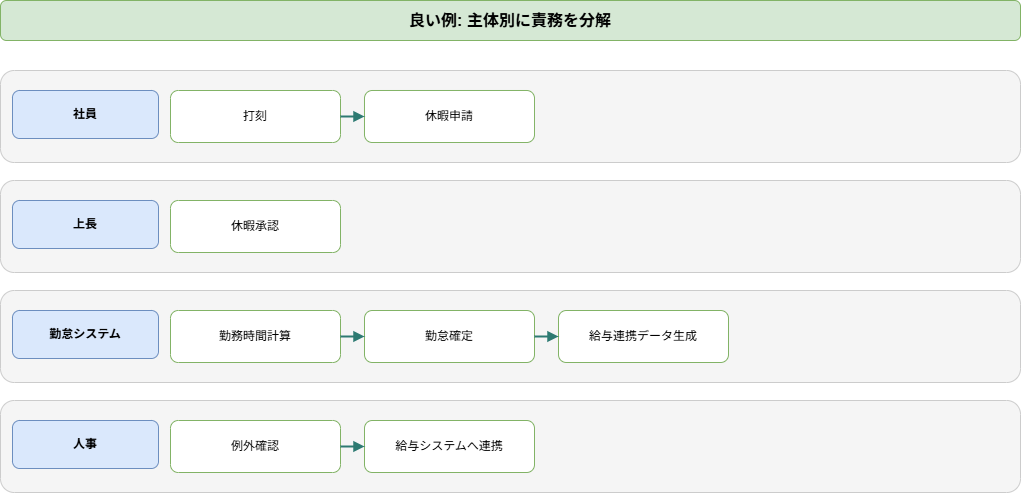
Earlier version of the draw.io export docs/zukai-drill/data/diagrams/attendance-role-separation_good-diagram.drawio.png (kaku3/workbooks). Source tidied: cells renumbered, new cells last; positions are measured from the earlier drawing's top-left corner, leaving out a move shared by most shapes.
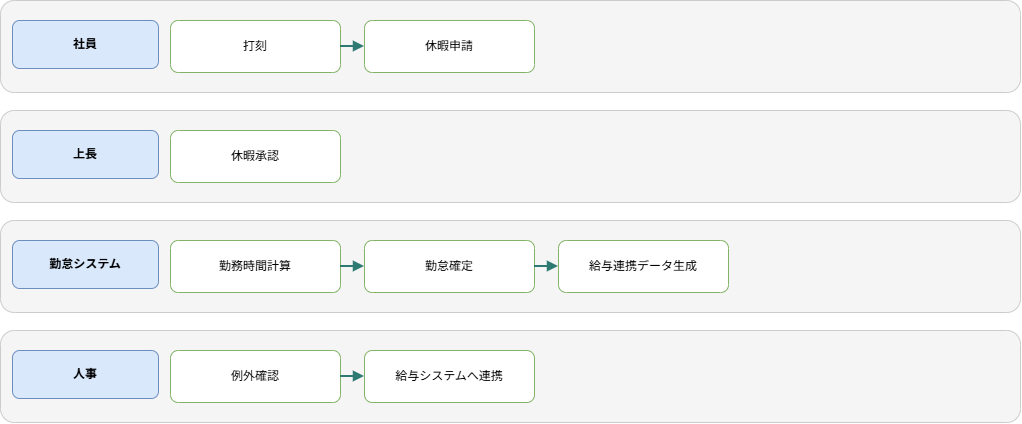
After the change.

What changed in the source:
```diff
@@ -2,9 +2,6 @@
   <root>
     <mxCell id="0" />
     <mxCell id="1" parent="0" />
-    <mxCell id="2" value="良い例: 主体別に責務を分解" style="rounded=1;whiteSpace=wrap;html=1;fillColor=#d5e8d4;strokeColor=#82b366;fontSize=16;fontStyle=1;" parent="1" vertex="1">
-      <mxGeometry width="1020" height="40" as="geometry" />
-    </mxCell>
     <mxCell id="3" style="rounded=1;whiteSpace=wrap;html=1;fillColor=#f5f5f5;strokeColor=#cccccc;" parent="1" vertex="1">
       <mxGeometry y="70" width="1020" height="92" as="geometry" />
     </mxCell>
```
